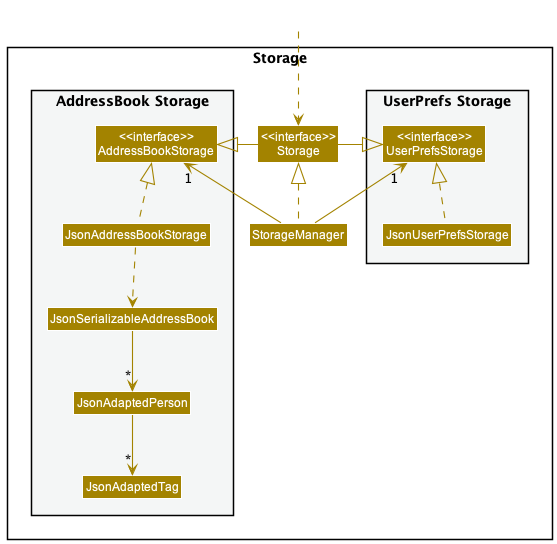
This is docs/images/StorageClassDiagram.png from nus-cs2103-AY2223S2/tp, a PlantUML export, as it was before one commit. Its source is kept beside it as docs/diagrams/StorageClassDiagram.puml.
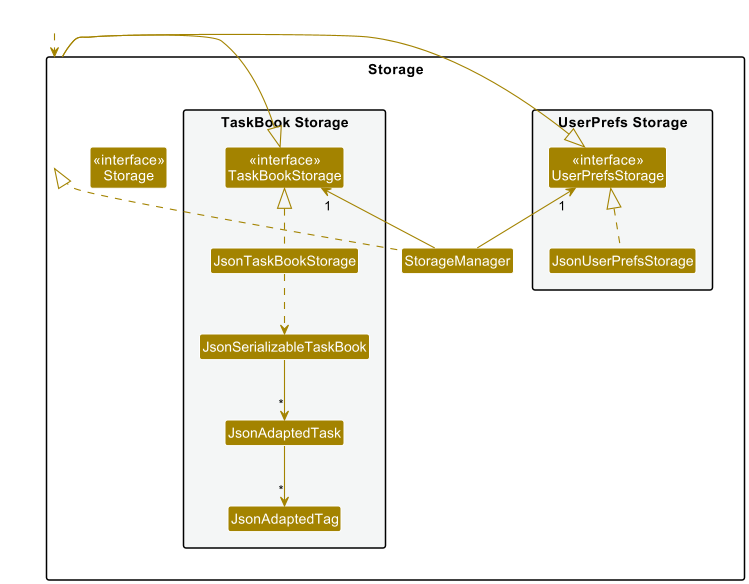
After the change.

Commit message:
Edit diagrams to refer to TaskBook

The edit, as a diff of the source:
```diff
@@ -14,10 +14,10 @@
 Class "<<interface>>\nStorage" as Storage
 Class StorageManager
 
-package "AddressBook Storage" #F4F6F6{
-Class "<<interface>>\nAddressBookStorage" as AddressBookStorage
-Class JsonAddressBookStorage
-Class JsonSerializableAddressBook
+package "TaskBook Storage" #F4F6F6{
+Class "<<interface>>\nTaskBookStorage" as TaskBookStorage
+Class JsonTaskBookStorage
+Class JsonSerializableTaskBook
 Class JsonAdaptedTask
 Class JsonAdaptedTag
 }
@@ -29,15 +29,15 @@
 
 StorageManager .up.|> Storage
 StorageManager -up-> "1" UserPrefsStorage
-StorageManager -up-> "1" AddressBookStorage
+StorageManager -up-> "1" TaskBookStorage
 
 Storage -left-|> UserPrefsStorage
-Storage -right-|> AddressBookStorage
+Storage -right-|> TaskBookStorage
 
 JsonUserPrefsStorage .up.|> UserPrefsStorage
-JsonAddressBookStorage .up.|> AddressBookStorage
-JsonAddressBookStorage ..> JsonSerializableAddressBook
-JsonSerializableAddressBook --> "*" JsonAdaptedTask
+JsonTaskBookStorage .up.|> TaskBookStorage
+JsonTaskBookStorage ..> JsonSerializableTaskBook
+JsonSerializableTaskBook --> "*" JsonAdaptedTask
 JsonAdaptedTask --> "*" JsonAdaptedTag
 
 @enduml
```
